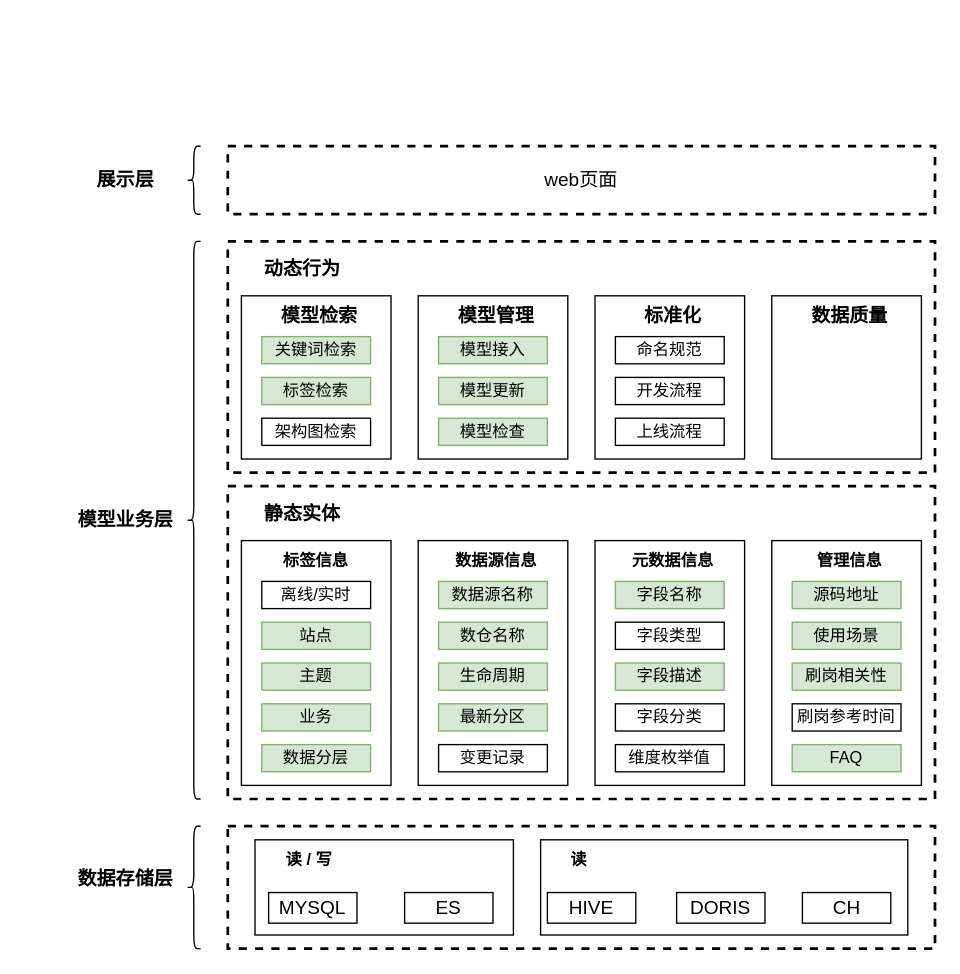
Before: page "业务架构" (7 of 7) of demo01/数据地图.drawio in huang-chh/draw, a draw.io diagram. Source tidied: cells renumbered, new cells numbered last; positions are measured from the earlier drawing's top-left corner, leaving out a move shared by most shapes. Both pictures are drawn from the tidied source at 136%, with x=0, y=0 at pixel (64, 146).
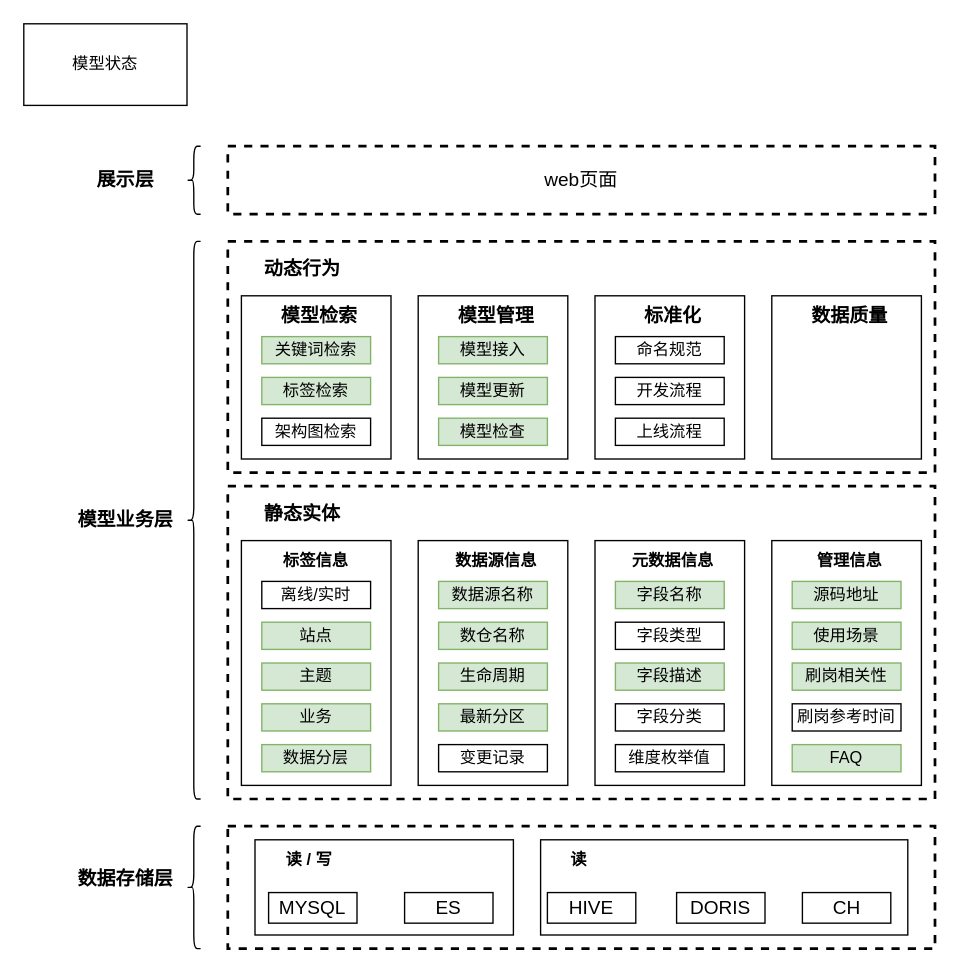
The same page after the edit.

Commit message:
更新数据地图.drawio

Diff of the diagram source:
```diff
@@
+    <mxCell id="68" value="模型状态" style="rounded=0;whiteSpace=wrap;html=1;" parent="1" vertex="1">
+      <mxGeometry x="-30" y="-90" width="120" height="60" as="geometry" />
+    </mxCell>
```
